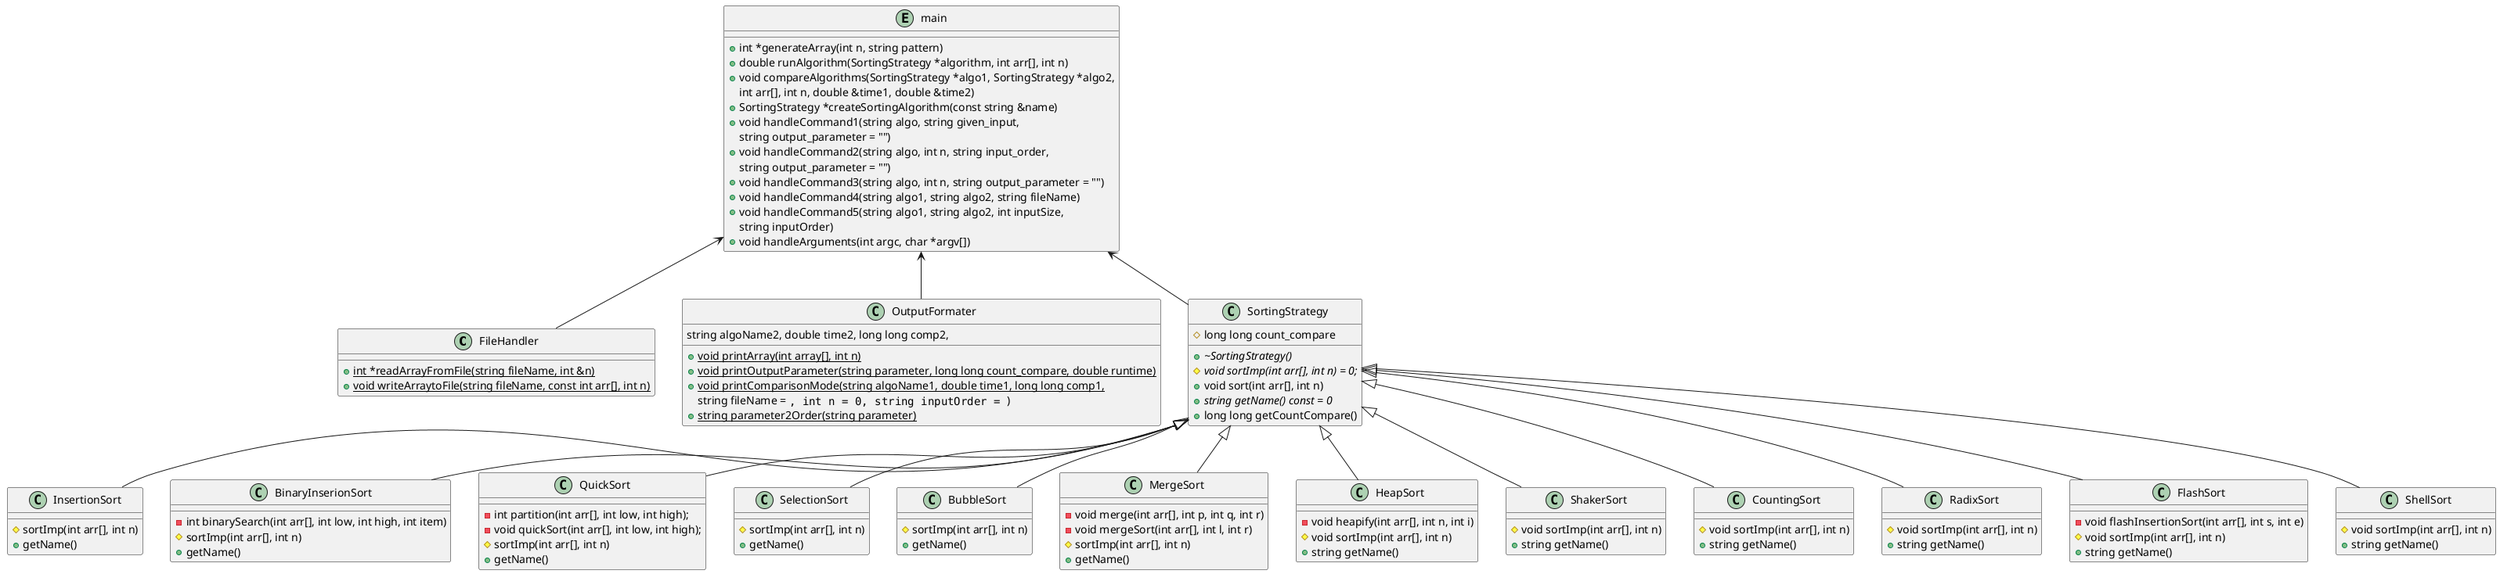
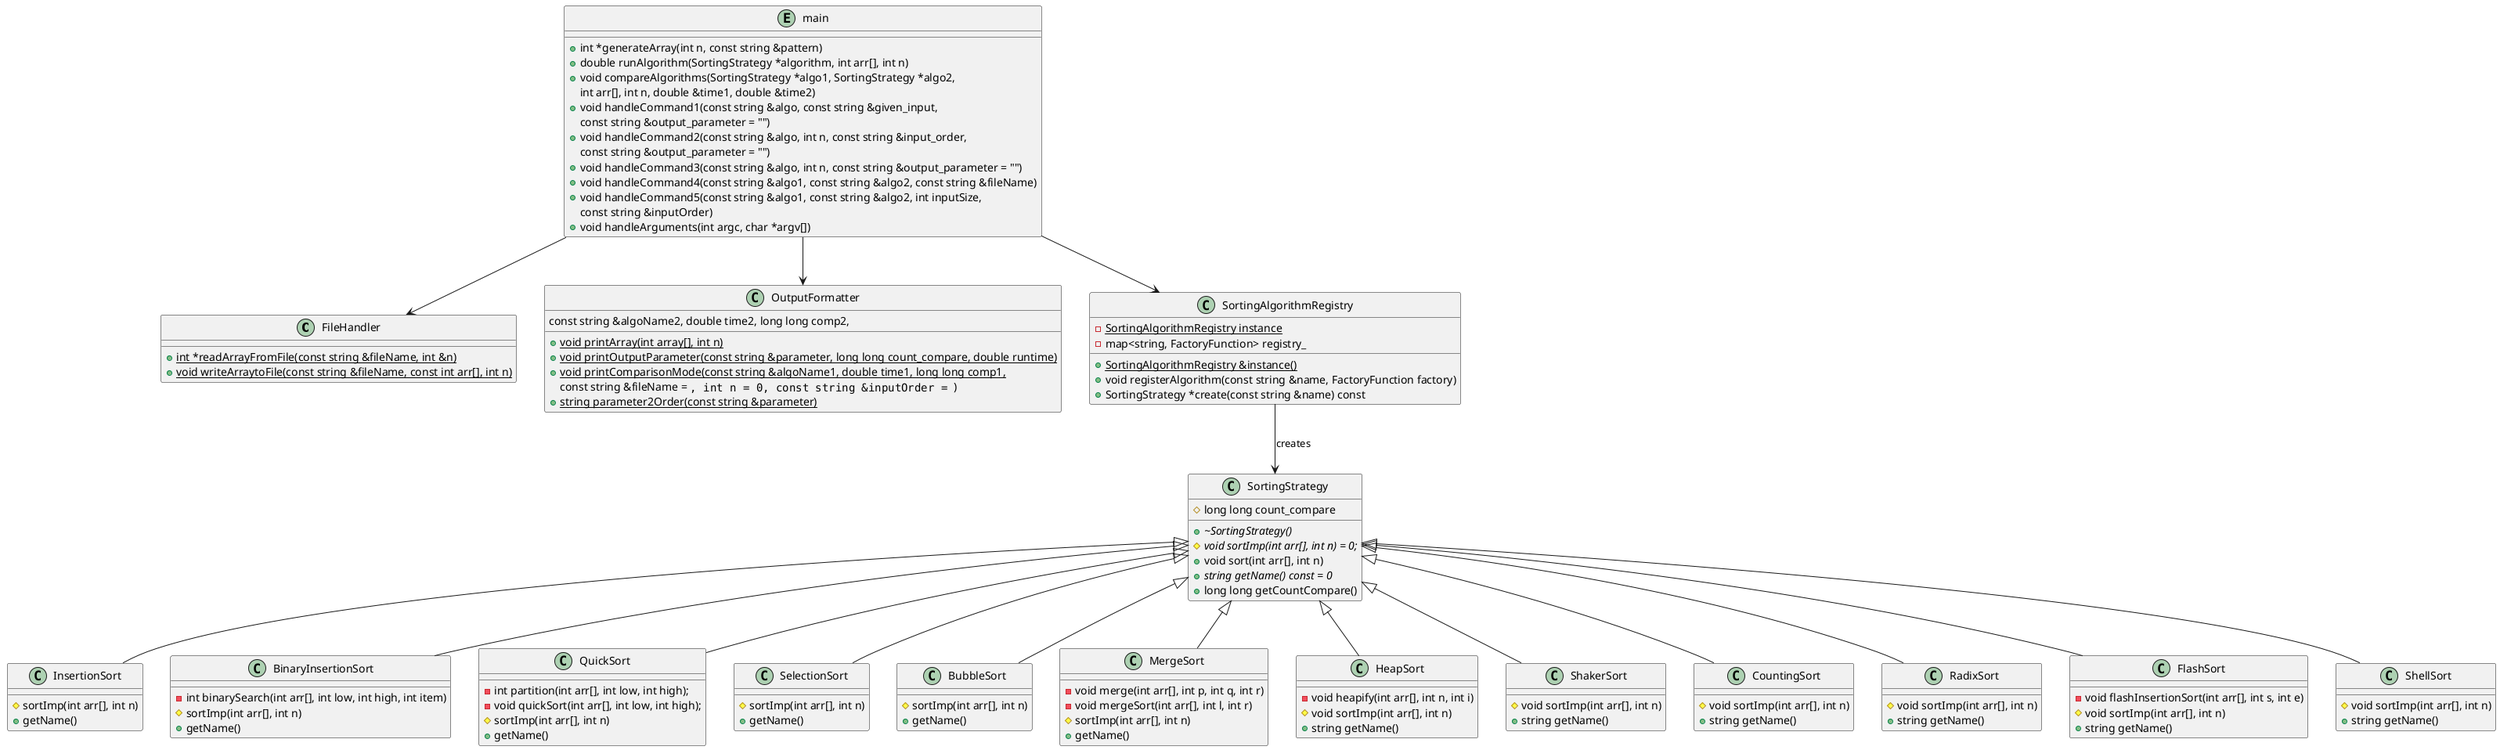
@startuml ClassDiagram

class FileHandler {
-     +{static} int *readArrayFromFile(string fileName, int &n)
-     +{static} void writeArraytoFile(string fileName, const int arr[], int n)
+     +{static} int *readArrayFromFile(const string &fileName, int &n)
+     +{static} void writeArraytoFile(const string &fileName, const int arr[], int n)
}

- class OutputFormater {
+ class OutputFormatter {
    +{static} void printArray(int array[], int n)
-     +{static} void printOutputParameter(string parameter, long long count_compare, double runtime)
-     +{static} void printComparisonMode(string algoName1, double time1, long long comp1,
-     string algoName2, double time2, long long comp2,
-     string fileName = "", int n = 0, string inputOrder = "")
-     +{static} string parameter2Order(string parameter)
+     +{static} void printOutputParameter(const string &parameter, long long count_compare, double runtime)
+     +{static} void printComparisonMode(const string &algoName1, double time1, long long comp1,
+     const string &algoName2, double time2, long long comp2,
+     const string &fileName = "", int n = 0, const string &inputOrder = "")
+     +{static} string parameter2Order(const string &parameter)
}

class SortingStrategy {
    #long long count_compare
    +{abstract} ~SortingStrategy()
    #{abstract} void sortImp(int arr[], int n) = 0;
    +void sort(int arr[], int n)
    +{abstract} string getName() const = 0
    +long long getCountCompare()
}

+ class SortingAlgorithmRegistry {
+     -{static} SortingAlgorithmRegistry instance
+     -map<string, FactoryFunction> registry_
+     +{static} SortingAlgorithmRegistry &instance()
+     +void registerAlgorithm(const string &name, FactoryFunction factory)
+     +SortingStrategy *create(const string &name) const
+ }
+ 
class InsertionSort {
    #{method} sortImp(int arr[], int n)
    +{method} getName()
}

- class BinaryInserionSort {
+ class BinaryInsertionSort {
    -int binarySearch(int arr[], int low, int high, int item)
    #{method} sortImp(int arr[], int n)
    +{method} getName()
}

class QuickSort{
    -int partition(int arr[], int low, int high);
    -void quickSort(int arr[], int low, int high);
    #{method} sortImp(int arr[], int n)
    +{method} getName()
}

class SelectionSort {
    #{method} sortImp(int arr[], int n)
    +{method} getName()
}

class BubbleSort{
    #{method} sortImp(int arr[], int n)
    +{method} getName()
}

class MergeSort {
    -void merge(int arr[], int p, int q, int r)
    -void mergeSort(int arr[], int l, int r)
    #{method} sortImp(int arr[], int n)
    +{method} getName()
}

class HeapSort {
    - void heapify(int arr[], int n, int i)
    #{method} void sortImp(int arr[], int n)
    +{method} string getName()
}

class ShakerSort {
    #{method} void sortImp(int arr[], int n)
    +{method} string getName()
}

class CountingSort {
    #{method} void sortImp(int arr[], int n)
    +{method} string getName()
}

class RadixSort {
    #{method} void sortImp(int arr[], int n)
    +{method} string getName()
}

class FlashSort {
    -void flashInsertionSort(int arr[], int s, int e)
    #{method} void sortImp(int arr[], int n)
    +{method} string getName()
}

class ShellSort {
    #{method} void sortImp(int arr[], int n)
    +{method} string getName()
}

entity main {
-     +int *generateArray(int n, string pattern)
+     +int *generateArray(int n, const string &pattern)
    +double runAlgorithm(SortingStrategy *algorithm, int arr[], int n)
    +void compareAlgorithms(SortingStrategy *algo1, SortingStrategy *algo2,
    int arr[], int n, double &time1, double &time2)
-     +SortingStrategy *createSortingAlgorithm(const string &name)
-     +void handleCommand1(string algo, string given_input,
-     string output_parameter = "")
-     +void handleCommand2(string algo, int n, string input_order,
-     string output_parameter = "")
-     +void handleCommand3(string algo, int n, string output_parameter = "")
-     +void handleCommand4(string algo1, string algo2, string fileName)
-     +void handleCommand5(string algo1, string algo2, int inputSize,
-     string inputOrder)
+     +void handleCommand1(const string &algo, const string &given_input,
+     const string &output_parameter = "")
+     +void handleCommand2(const string &algo, int n, const string &input_order,
+     const string &output_parameter = "")
+     +void handleCommand3(const string &algo, int n, const string &output_parameter = "")
+     +void handleCommand4(const string &algo1, const string &algo2, const string &fileName)
+     +void handleCommand5(const string &algo1, const string &algo2, int inputSize,
+     const string &inputOrder)
    +void handleArguments(int argc, char *argv[])
}

- ' Relations beetween classes
+ ' Relations between classes
SortingStrategy <|-- InsertionSort
SortingStrategy <|-- QuickSort
- SortingStrategy <|-- BinaryInserionSort
+ SortingStrategy <|-- BinaryInsertionSort
SortingStrategy <|-- BubbleSort
SortingStrategy <|-- SelectionSort
SortingStrategy <|-- MergeSort
SortingStrategy <|-- HeapSort
SortingStrategy <|-- ShakerSort
SortingStrategy <|-- CountingSort
SortingStrategy <|-- RadixSort
SortingStrategy <|-- FlashSort
SortingStrategy <|-- ShellSort

- main <-- SortingStrategy
- main <-- FileHandler
- main <-- OutputFormater
- @enduml+ SortingAlgorithmRegistry --> SortingStrategy : creates
+ main --> SortingAlgorithmRegistry
+ main --> FileHandler
+ main --> OutputFormatter
+ @enduml
